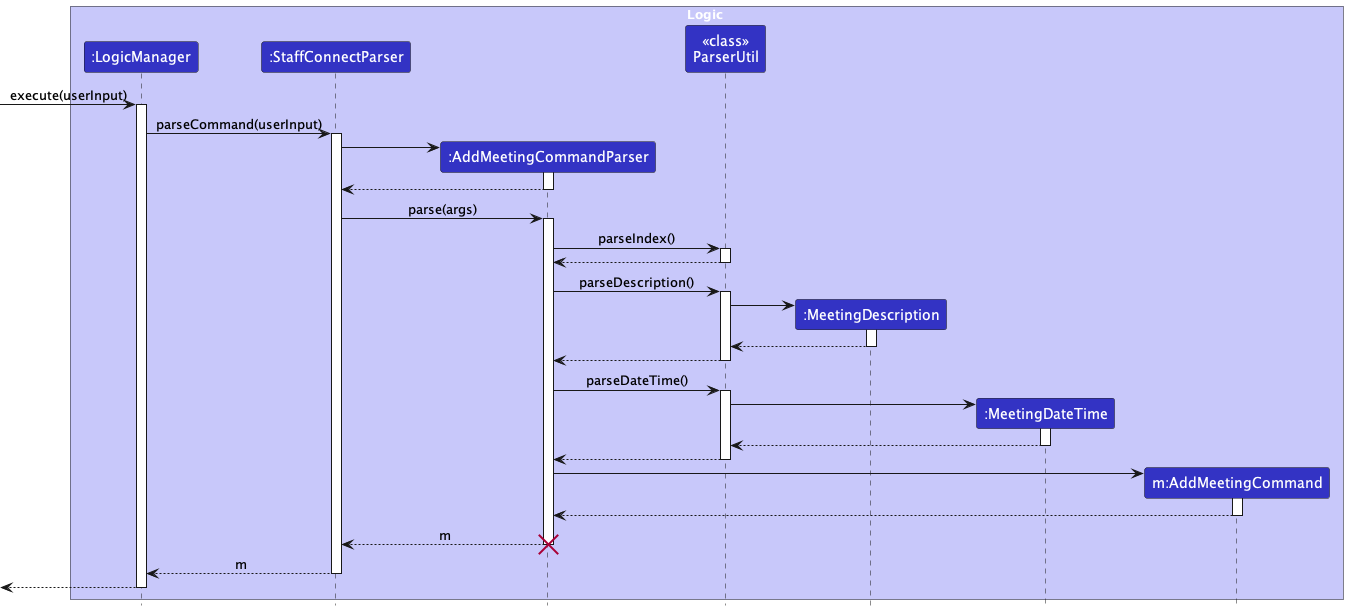
This is docs/images/AddMeetingParserSequenceDiagram.png from whitesnowx/tp, a PlantUML export, as it was before one commit. Source of this version:
```plantuml
@startuml
!include style.puml
skinparam ArrowFontStyle plain

box Logic LOGIC_COLOR_T1
participant ":LogicManager" as LogicManager LOGIC_COLOR
participant ":StaffConnectParser" as StaffConnectParser LOGIC_COLOR
participant ":AddMeetingCommandParser" as AddMeetingCommandParser LOGIC_COLOR
participant "<<class>>\nParserUtil" as ParserUtil LOGIC_COLOR
participant ":MeetingDescription" as MeetingDescription LOGIC_COLOR
participant ":MeetingDateTime" as MeetingDateTime LOGIC_COLOR
participant "m:AddMeetingCommand" as AddMeetingCommand LOGIC_COLOR


end box


[-> LogicManager : execute(userInput)
activate LogicManager

LogicManager -> StaffConnectParser : parseCommand(userInput)
activate StaffConnectParser

create AddMeetingCommandParser
StaffConnectParser -> AddMeetingCommandParser
activate AddMeetingCommandParser

AddMeetingCommandParser --> StaffConnectParser
deactivate AddMeetingCommandParser

StaffConnectParser -> AddMeetingCommandParser : parse(args)
activate AddMeetingCommandParser


AddMeetingCommandParser -> ParserUtil : parseIndex()
activate ParserUtil
return

AddMeetingCommandParser -> ParserUtil : parseDescription()
activate ParserUtil

create MeetingDescription
ParserUtil -> MeetingDescription++
return
return

AddMeetingCommandParser -> ParserUtil : parseDateTime()
activate ParserUtil
create MeetingDateTime
ParserUtil -> MeetingDateTime++
return
return

create AddMeetingCommand
AddMeetingCommandParser -> AddMeetingCommand++
return

return m
destroy AddMeetingCommandParser
return m
return

@enduml
```
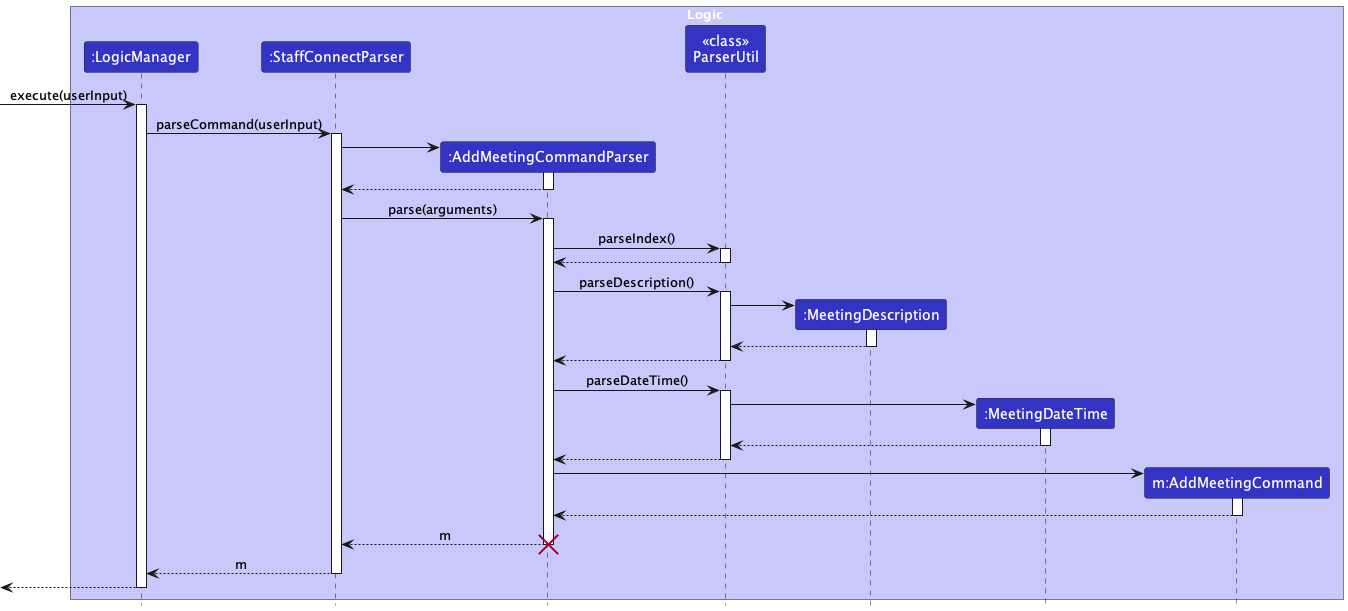
After the commit.

What changed in the source:
```diff
@@ -28,7 +28,7 @@
 AddMeetingCommandParser --> StaffConnectParser
 deactivate AddMeetingCommandParser
 
-StaffConnectParser -> AddMeetingCommandParser : parse(args)
+StaffConnectParser -> AddMeetingCommandParser : parse(arguments)
 activate AddMeetingCommandParser
 
 
```
